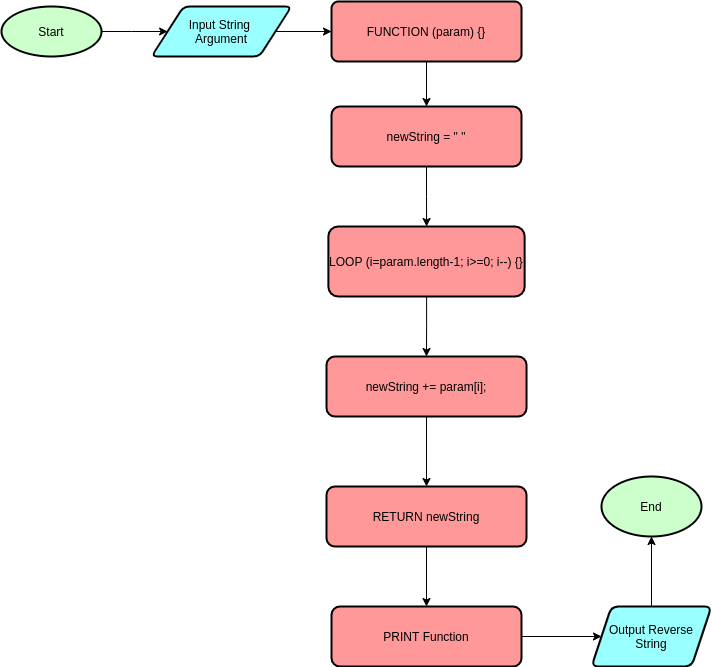
Before: Flowchart/1_reverseString.png, a diagram exported from draw.io (ferdianfh/algorithm-and-flowchart). Source tidied: cells renumbered, new cells last; positions are measured from the earlier drawing's top-left corner, leaving out a move shared by most shapes.
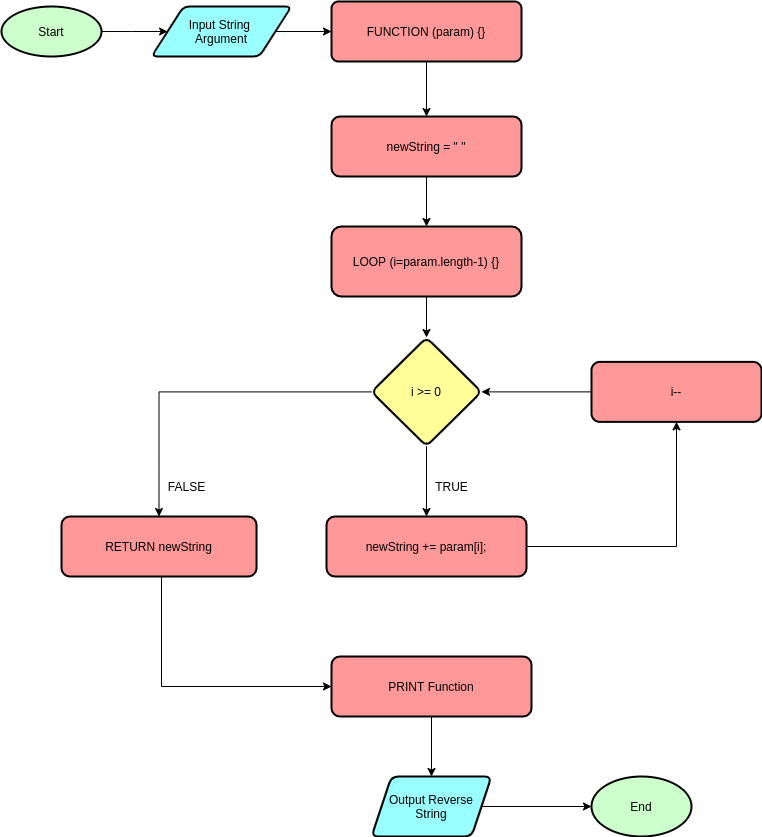
Above is the later version.

The edit, as a diff of the source:
```diff
@@ -25,44 +25,69 @@
     <mxCell id="7" value="&lt;div style=&quot;text-align: left&quot;&gt;&lt;span&gt;FUNCTION (param) {}&lt;/span&gt;&lt;/div&gt;" style="rounded=1;whiteSpace=wrap;html=1;absoluteArcSize=1;arcSize=14;strokeWidth=2;align=center;fillColor=#FF9999;" parent="1" vertex="1">
       <mxGeometry x="330" width="190" height="60" as="geometry" />
     </mxCell>
-    <mxCell id="8" style="edgeStyle=orthogonalEdgeStyle;rounded=0;jettySize=auto;html=1;" parent="1" edge="1" source="9" target="11">
-      <mxGeometry relative="1" as="geometry" />
-    </mxCell>
-    <mxCell id="9" value="PRINT Function" style="whiteSpace=wrap;html=1;rounded=1;strokeWidth=2;arcSize=14;fillColor=#FF9999;" parent="1" vertex="1">
-      <mxGeometry x="330" y="605" width="190" height="60" as="geometry" />
-    </mxCell>
     <mxCell id="10" style="edgeStyle=orthogonalEdgeStyle;rounded=0;jettySize=auto;html=1;" parent="1" edge="1" source="11" target="12">
       <mxGeometry relative="1" as="geometry" />
     </mxCell>
     <mxCell id="11" value="Output Reverse String" style="shape=parallelogram;perimeter=parallelogramPerimeter;whiteSpace=wrap;html=1;fixedSize=1;rounded=1;strokeWidth=2;arcSize=14;fillColor=#99FFFF;" parent="1" vertex="1">
-      <mxGeometry x="590" y="605" width="120" height="60" as="geometry" />
+      <mxGeometry x="370" y="775" width="120" height="60" as="geometry" />
     </mxCell>
     <mxCell id="12" value="End" style="ellipse;whiteSpace=wrap;html=1;rounded=1;strokeWidth=2;arcSize=14;fillColor=#CCFFCC;" parent="1" vertex="1">
-      <mxGeometry x="600" y="475" width="100" height="60" as="geometry" />
+      <mxGeometry x="590" y="775" width="100" height="60" as="geometry" />
     </mxCell>
-    <mxCell id="13" style="edgeStyle=orthogonalEdgeStyle;rounded=0;jettySize=auto;html=1;" parent="1" edge="1" source="14" target="16">
-      <mxGeometry relative="1" as="geometry" />
-    </mxCell>
+    <mxCell id="21" style="edgeStyle=orthogonalEdgeStyle;rounded=0;jettySize=auto;html=1;" parent="1" edge="1" source="14" target="25">
+      <mxGeometry relative="1" as="geometry" />
+    </mxCell>
-    <mxCell id="14" value="&lt;span style=&quot;text-align: left&quot;&gt;LOOP (i=param.length-1; i&amp;gt;=0; i--) {}&lt;/span&gt;" style="rounded=1;whiteSpace=wrap;html=1;strokeWidth=2;fillColor=#FF9999;arcSize=14;" parent="1" vertex="1">
-      <mxGeometry x="326.9" y="225" width="196.2" height="70" as="geometry" />
+    <mxCell id="14" value="&lt;span style=&quot;text-align: left&quot;&gt;LOOP (i=param.length-1) {}&lt;/span&gt;" style="rounded=1;whiteSpace=wrap;html=1;strokeWidth=2;fillColor=#FF9999;arcSize=14;" parent="1" vertex="1">
+      <mxGeometry x="330" y="225" width="190" height="70" as="geometry" />
     </mxCell>
-    <mxCell id="15" style="edgeStyle=orthogonalEdgeStyle;rounded=0;jettySize=auto;html=1;" parent="1" edge="1" source="16" target="18">
-      <mxGeometry relative="1" as="geometry" />
-    </mxCell>
+    <mxCell id="22" style="edgeStyle=orthogonalEdgeStyle;rounded=0;jettySize=auto;html=1;" parent="1" edge="1" source="16" target="27">
+      <mxGeometry relative="1" as="geometry" />
+    </mxCell>
     <mxCell id="16" value="&lt;span style=&quot;text-align: left&quot;&gt;newString += param[i];&lt;/span&gt;" style="whiteSpace=wrap;html=1;rounded=1;strokeWidth=2;fillColor=#FF9999;arcSize=14;" parent="1" vertex="1">
-      <mxGeometry x="325" y="355" width="200" height="60" as="geometry" />
+      <mxGeometry x="325" y="515" width="200" height="60" as="geometry" />
     </mxCell>
+    <mxCell id="19" style="edgeStyle=orthogonalEdgeStyle;rounded=0;jettySize=auto;html=1;" parent="1" edge="1" source="20" target="14">
+      <mxGeometry relative="1" as="geometry" />
+    </mxCell>
+    <mxCell id="20" value="newString = &quot; &quot;" style="whiteSpace=wrap;html=1;rounded=1;strokeWidth=2;fillColor=#FF9999;arcSize=14;" parent="1" vertex="1">
+      <mxGeometry x="330" y="115" width="190" height="60" as="geometry" />
+    </mxCell>
+    <mxCell id="23" style="edgeStyle=orthogonalEdgeStyle;rounded=0;jettySize=auto;html=1;" parent="1" edge="1" source="25" target="16">
+      <mxGeometry relative="1" as="geometry" />
+    </mxCell>
+    <mxCell id="24" style="edgeStyle=orthogonalEdgeStyle;rounded=0;jettySize=auto;html=1;" parent="1" edge="1" source="25" target="18">
+      <mxGeometry relative="1" as="geometry" />
+    </mxCell>
+    <mxCell id="25" value="i &amp;gt;= 0" style="rhombus;whiteSpace=wrap;html=1;rounded=1;strokeWidth=2;fillColor=#FFFF99;arcSize=14;" parent="1" vertex="1">
+      <mxGeometry x="370" y="336" width="110" height="108.8" as="geometry" />
+    </mxCell>
+    <mxCell id="26" style="edgeStyle=orthogonalEdgeStyle;rounded=0;jettySize=auto;html=1;" parent="1" edge="1" source="27" target="25">
+      <mxGeometry relative="1" as="geometry" />
+    </mxCell>
+    <mxCell id="27" value="i--" style="whiteSpace=wrap;html=1;rounded=1;strokeWidth=2;fillColor=#FF9999;arcSize=14;" parent="1" vertex="1">
+      <mxGeometry x="590" y="360.4" width="170" height="60" as="geometry" />
+    </mxCell>
+    <mxCell id="28" value="TRUE" style="text;html=1;align=center;verticalAlign=middle;strokeColor=none;fillColor=none;" parent="1" vertex="1">
+      <mxGeometry x="425" y="475" width="50" height="20" as="geometry" />
+    </mxCell>
     <mxCell id="17" style="edgeStyle=orthogonalEdgeStyle;rounded=0;jettySize=auto;html=1;" parent="1" edge="1" source="18" target="9">
-      <mxGeometry relative="1" as="geometry" />
+      <mxGeometry relative="1" as="geometry">
+        <Array as="points">
+          <mxPoint x="160" y="685" />
+        </Array>
+      </mxGeometry>
     </mxCell>
-    <mxCell id="18" value="RETURN newString" style="whiteSpace=wrap;html=1;rounded=1;strokeWidth=2;fillColor=#FF9999;arcSize=14;" parent="1" vertex="1">
-      <mxGeometry x="325" y="485" width="200" height="60" as="geometry" />
+    <mxCell id="18" value="RETURN newString" style="rounded=1;whiteSpace=wrap;html=1;strokeWidth=2;fillColor=#FF9999;arcSize=14;" parent="1" vertex="1">
+      <mxGeometry x="60" y="515" width="195" height="60" as="geometry" />
     </mxCell>
-    <mxCell id="19" style="edgeStyle=orthogonalEdgeStyle;rounded=0;jettySize=auto;html=1;" parent="1" edge="1" source="20" target="14">
-      <mxGeometry relative="1" as="geometry" />
-    </mxCell>
-    <mxCell id="20" value="newString = &quot; &quot;" style="whiteSpace=wrap;html=1;rounded=1;strokeWidth=2;fillColor=#FF9999;arcSize=14;" parent="1" vertex="1">
-      <mxGeometry x="330" y="105" width="190" height="60" as="geometry" />
-    </mxCell>
+    <mxCell id="29" value="FALSE" style="text;html=1;align=center;verticalAlign=middle;strokeColor=none;fillColor=none;" parent="1" vertex="1">
+      <mxGeometry x="160" y="475" width="50" height="20" as="geometry" />
+    </mxCell>
+    <mxCell id="8" style="edgeStyle=orthogonalEdgeStyle;rounded=0;jettySize=auto;html=1;" parent="1" edge="1" source="9" target="11">
+      <mxGeometry relative="1" as="geometry" />
+    </mxCell>
+    <mxCell id="9" value="PRINT Function" style="rounded=1;whiteSpace=wrap;html=1;strokeWidth=2;fillColor=#FF9999;arcSize=14;" parent="1" vertex="1">
+      <mxGeometry x="330" y="655" width="200" height="60" as="geometry" />
+    </mxCell>
   </root>
 </mxGraphModel>
```
